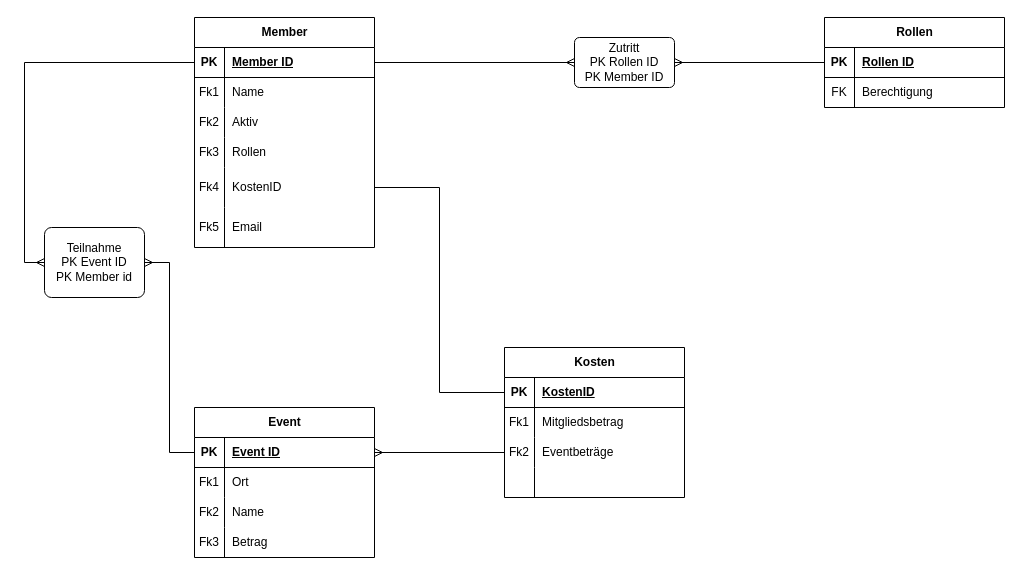
Before: Unbenanntes Diagramm.drawio in marexxxxxxx/postgressqlLearning, a draw.io diagram. Source tidied: cells renumbered, new cells numbered last; positions are measured from the earlier drawing's top-left corner, leaving out a move shared by most shapes. Both pictures are drawn from the tidied source at 100%, with x=0, y=0 at pixel (44, 17).
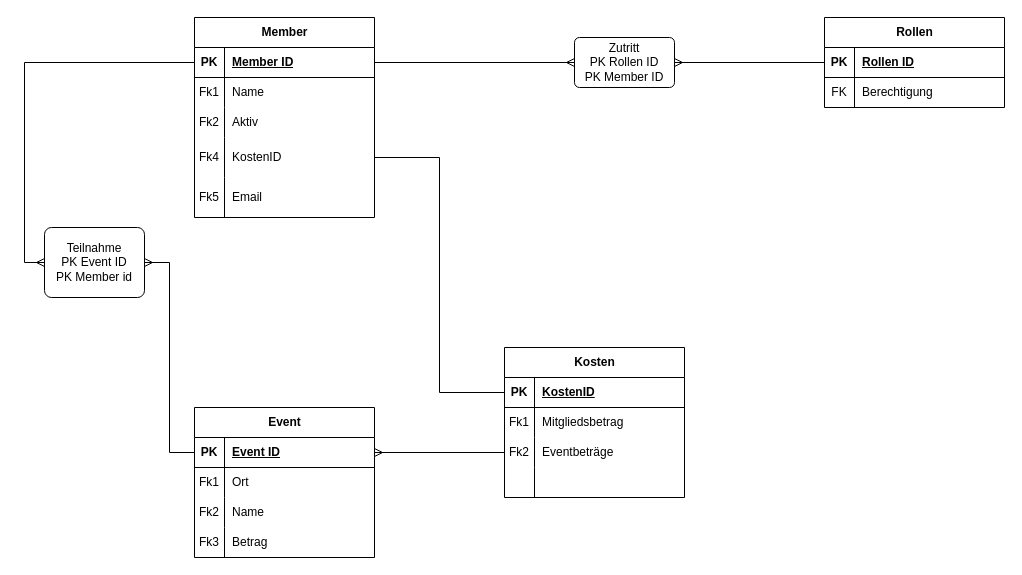
Above is the later version.

What changed in the source:
```diff
@@
     <mxCell id="31" value="Member" style="shape=table;startSize=30;childLayout=tableLayout;rowLines=0;fontStyle=1;align=center;html=1;" parent="1" vertex="1">
-      <mxGeometry x="150" width="180" height="230" as="geometry" />
+      <mxGeometry x="150" width="180" height="200" as="geometry" />
     </mxCell>
@@
-    <mxCell id="41" style="shape=tableRow;horizontal=0;startSize=0;swimlaneHead=0;swimlaneBody=0;fillColor=none;top=0;left=0;right=0;bottom=0;" parent="31" vertex="1">
-      <mxGeometry y="120" width="180" height="30" as="geometry" />
-    </mxCell>
-    <mxCell id="42" value="Fk3" style="shape=partialRectangle;fillColor=none;top=0;left=0;bottom=0;right=0;overflow=hidden;whiteSpace=wrap;html=1;" parent="41" vertex="1">
-      <mxGeometry width="30" height="30" as="geometry" />
-    </mxCell>
-    <mxCell id="43" value="Rollen" style="shape=partialRectangle;fillColor=none;top=0;left=0;bottom=0;right=0;align=left;spacingLeft=6;overflow=hidden;whiteSpace=wrap;html=1;" parent="41" vertex="1">
-      <mxGeometry x="30" width="150" height="30" as="geometry" />
-    </mxCell>
     <mxCell id="44" style="shape=tableRow;horizontal=0;startSize=0;swimlaneHead=0;swimlaneBody=0;fillColor=none;points=[[0,0.5],[1,0.5]];portConstraint=eastwest;top=0;left=0;right=0;bottom=0;" parent="31" vertex="1">
-      <mxGeometry y="150" width="180" height="40" as="geometry" />
+      <mxGeometry y="120" width="180" height="40" as="geometry" />
     </mxCell>
@@
     <mxCell id="47" style="shape=tableRow;horizontal=0;startSize=0;swimlaneHead=0;swimlaneBody=0;fillColor=none;top=0;left=0;right=0;bottom=0;" parent="31" vertex="1">
-      <mxGeometry y="190" width="180" height="40" as="geometry" />
+      <mxGeometry y="160" width="180" height="40" as="geometry" />
     </mxCell>
```
